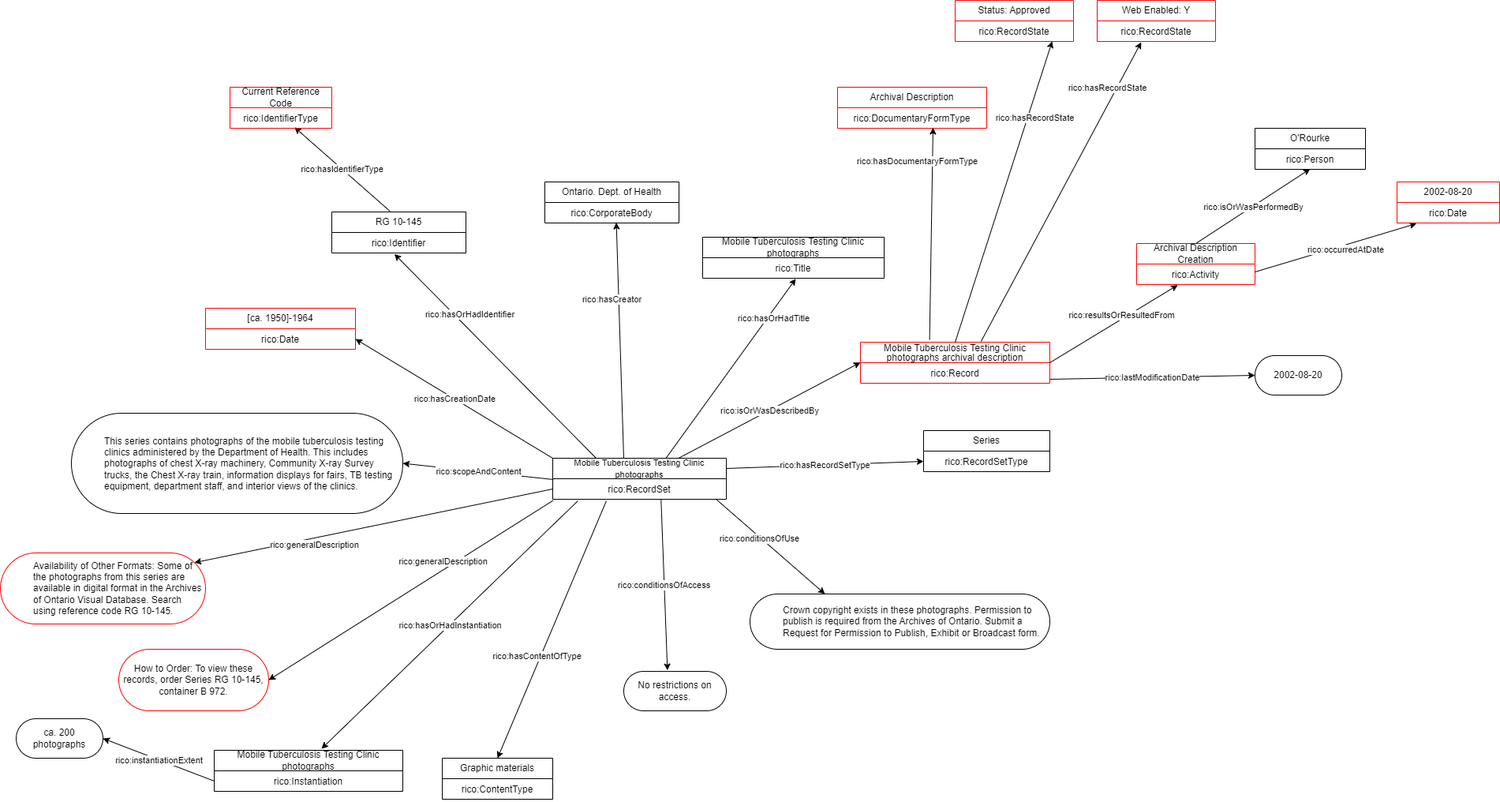
Earlier version of the draw.io export gbad/RG/10/145/RG 10-145 Mobile Tuberculosis Testing Clinic photographs.png (williamsonrichard/records_in_contexts_draw_io_parser). Source tidied: cells renumbered, new cells last; positions are measured from the earlier drawing's top-left corner, leaving out a move shared by most shapes.
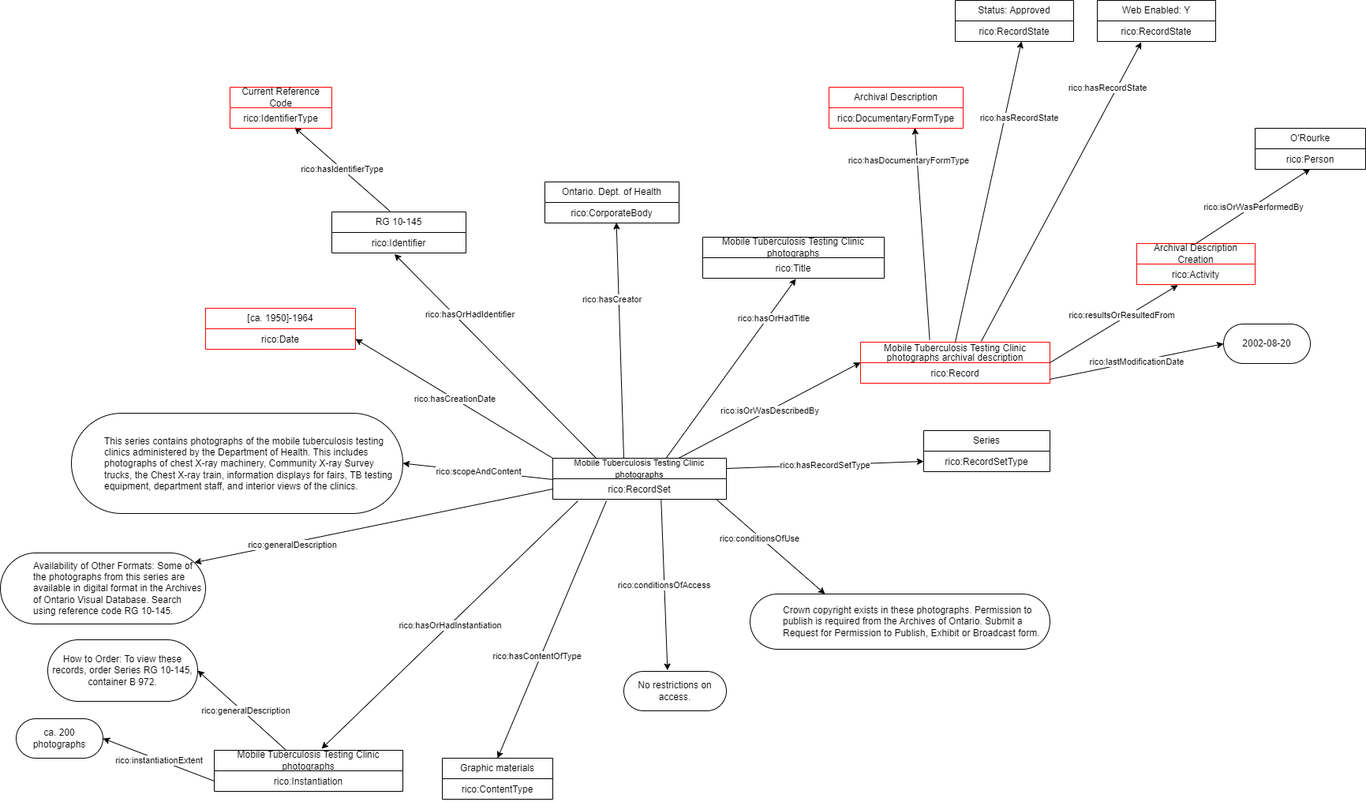
The same file after the commit.

Change to the diagram source:
```diff
@@ -63,16 +63,16 @@
     <mxCell id="20" value="&lt;blockquote style=&quot;margin: 0 0 0 40px; border: none; padding: 0px;&quot;&gt;Crown copyright exists in these photographs. Permission to publish is required from the Archives of Ontario. Submit a Request for Permission to Publish, Exhibit or Broadcast form.&lt;/blockquote&gt;" style="html=1;whiteSpace=wrap;rounded=1;arcSize=50;align=left;" parent="1" vertex="1">
       <mxGeometry x="950" y="752" width="380" height="70" as="geometry" />
     </mxCell>
-    <mxCell id="21" style="endArrow=classic;html=1;rounded=0;entryX=1;entryY=0.5;entryDx=0;entryDy=0;exitX=0.002;exitY=1.06;exitDx=0;exitDy=0;exitPerimeter=0;" parent="1" edge="1" source="3" target="23">
+    <mxCell id="21" style="endArrow=classic;html=1;rounded=0;entryX=1;entryY=0.5;entryDx=0;entryDy=0;exitX=0.377;exitY=-0.019;exitDx=0;exitDy=0;exitPerimeter=0;" parent="1" edge="1" source="81" target="23">
       <mxGeometry relative="1" as="geometry" />
     </mxCell>
     <mxCell id="22" value="rico:generalDescription" style="edgeLabel;html=1;align=center;verticalAlign=middle;" parent="21" vertex="1">
       <mxGeometry relative="1" as="geometry">
-        <mxPoint x="40" y="-37" as="offset" />
+        <mxPoint x="5" y="1" as="offset" />
       </mxGeometry>
     </mxCell>
-    <mxCell id="23" value="How to Order:&amp;nbsp;To view these records, order Series RG 10-145, container B 972." style="html=1;whiteSpace=wrap;rounded=1;arcSize=50;align=center;strokeColor=#FF0000;" parent="1" vertex="1">
-      <mxGeometry x="150" y="822" width="190" height="78" as="geometry" />
+    <mxCell id="23" value="How to Order:&amp;nbsp;To view these records, order Series RG 10-145, container B 972." style="html=1;whiteSpace=wrap;rounded=1;arcSize=50;align=center;strokeColor=#000000;" parent="1" vertex="1">
+      <mxGeometry x="60" y="810" width="190" height="78" as="geometry" />
     </mxCell>
     <mxCell id="24" value="RG 10-145" style="swimlane;fontStyle=0;horizontal=1;startSize=26;fillColor=none;whiteSpace=wrap;html=1;" parent="1" vertex="1">
       <mxGeometry x="420" y="268" width="170" height="52" as="geometry" />
@@ -169,27 +169,13 @@
       <mxGeometry relative="1" as="geometry" />
     </mxCell>
     <mxCell id="52" value="2002-08-20" style="html=1;whiteSpace=wrap;rounded=1;arcSize=50;" parent="1" vertex="1">
-      <mxGeometry x="1590" y="450" width="110" height="50" as="geometry" />
+      <mxGeometry x="1550" y="410" width="110" height="50" as="geometry" />
     </mxCell>
-    <mxCell id="53" style="endArrow=classic;html=1;rounded=0;entryX=0.19;entryY=1.029;entryDx=0;entryDy=0;entryPerimeter=0;exitX=1;exitY=0.385;exitDx=0;exitDy=0;exitPerimeter=0;" parent="1" edge="1" source="39" target="56">
-      <mxGeometry relative="1" as="geometry" />
-    </mxCell>
-    <mxCell id="54" value="rico:occurredAtDate" style="edgeLabel;html=1;align=center;verticalAlign=middle;" parent="53" vertex="1">
-      <mxGeometry relative="1" as="geometry">
-        <mxPoint x="12" y="2" as="offset" />
-      </mxGeometry>
-    </mxCell>
-    <mxCell id="55" value="2002-08-20" style="swimlane;fontStyle=0;horizontal=1;startSize=26;fillColor=none;whiteSpace=wrap;html=1;strokeColor=#FF0000;" parent="1" vertex="1">
-      <mxGeometry x="1770" y="230" width="130" height="52" as="geometry" />
-    </mxCell>
-    <mxCell id="56" value="rico:Date" style="text;strokeColor=none;fillColor=none;align=center;verticalAlign=top;spacingLeft=4;spacingRight=4;overflow=hidden;points=[[0,0.5],[1,0.5]];portConstraint=eastwest;whiteSpace=wrap;html=1;" parent="55" vertex="1">
-      <mxGeometry y="26" width="130" height="26" as="geometry" />
-    </mxCell>
     <mxCell id="57" value="Archival Description" style="swimlane;fontStyle=0;horizontal=1;startSize=26;fillColor=none;whiteSpace=wrap;html=1;strokeColor=#FF0000;" parent="1" vertex="1">
-      <mxGeometry x="1061" y="110" width="189" height="52" as="geometry" />
+      <mxGeometry x="1050" y="110" width="170" height="52" as="geometry" />
     </mxCell>
     <mxCell id="58" value="rico:DocumentaryFormType&lt;div&gt;&lt;br&gt;&lt;/div&gt;" style="text;strokeColor=none;fillColor=none;align=center;verticalAlign=top;spacingLeft=4;spacingRight=4;overflow=hidden;points=[[0,0.5],[1,0.5]];portConstraint=eastwest;whiteSpace=wrap;html=1;" parent="57" vertex="1">
-      <mxGeometry y="26" width="189" height="26" as="geometry" />
+      <mxGeometry y="26" width="170" height="26" as="geometry" />
     </mxCell>
     <mxCell id="59" style="endArrow=classic;html=1;rounded=0;entryX=0.64;entryY=0.974;entryDx=0;entryDy=0;entryPerimeter=0;exitX=0.365;exitY=-0.058;exitDx=0;exitDy=0;exitPerimeter=0;" parent="1" edge="1" source="34" target="58">
       <mxGeometry relative="1" as="geometry" />
@@ -199,7 +185,7 @@
         <mxPoint x="-18" y="-93" as="offset" />
       </mxGeometry>
     </mxCell>
-    <mxCell id="61" style="endArrow=classic;html=1;rounded=0;entryX=0.82;entryY=0.994;entryDx=0;entryDy=0;entryPerimeter=0;exitX=0.5;exitY=0;exitDx=0;exitDy=0;" parent="1" edge="1" source="34" target="66">
+    <mxCell id="61" style="endArrow=classic;html=1;rounded=0;exitX=0.5;exitY=0;exitDx=0;exitDy=0;entryX=0.56;entryY=1;entryDx=0;entryDy=0;entryPerimeter=0;" parent="1" edge="1" source="34" target="66">
       <mxGeometry relative="1" as="geometry" />
     </mxCell>
     <mxCell id="62" value="rico:hasRecordState" style="edgeLabel;html=1;align=center;verticalAlign=middle;" parent="61" vertex="1">
@@ -215,13 +201,13 @@
         <mxPoint x="58" y="-132" as="offset" />
       </mxGeometry>
     </mxCell>
-    <mxCell id="65" value="Status: Approved" style="swimlane;fontStyle=0;horizontal=1;startSize=26;fillColor=none;whiteSpace=wrap;html=1;strokeColor=#FF0000;" parent="1" vertex="1">
+    <mxCell id="65" value="Status: Approved" style="swimlane;fontStyle=0;horizontal=1;startSize=26;fillColor=none;whiteSpace=wrap;html=1;strokeColor=#000000;" parent="1" vertex="1">
       <mxGeometry x="1210" width="150" height="52" as="geometry" />
     </mxCell>
     <mxCell id="66" value="rico:RecordState&lt;div&gt;&lt;br&gt;&lt;/div&gt;" style="text;strokeColor=none;fillColor=none;align=center;verticalAlign=top;spacingLeft=4;spacingRight=4;overflow=hidden;points=[[0,0.5],[1,0.5]];portConstraint=eastwest;whiteSpace=wrap;html=1;" parent="65" vertex="1">
       <mxGeometry y="26" width="150" height="26" as="geometry" />
     </mxCell>
-    <mxCell id="67" value="Web Enabled: Y" style="swimlane;fontStyle=0;horizontal=1;startSize=26;fillColor=none;whiteSpace=wrap;html=1;strokeColor=#FF0000;" parent="1" vertex="1">
+    <mxCell id="67" value="Web Enabled: Y" style="swimlane;fontStyle=0;horizontal=1;startSize=26;fillColor=none;whiteSpace=wrap;html=1;strokeColor=#000000;" parent="1" vertex="1">
       <mxGeometry x="1390" width="150" height="52" as="geometry" />
     </mxCell>
     <mxCell id="68" value="rico:RecordState&lt;div&gt;&lt;br&gt;&lt;/div&gt;" style="text;strokeColor=none;fillColor=none;align=center;verticalAlign=top;spacingLeft=4;spacingRight=4;overflow=hidden;points=[[0,0.5],[1,0.5]];portConstraint=eastwest;whiteSpace=wrap;html=1;" parent="67" vertex="1">
@@ -230,7 +216,7 @@
     <mxCell id="69" value="ca. 200 photographs" style="html=1;whiteSpace=wrap;rounded=1;arcSize=50;strokeColor=#000000;" parent="1" vertex="1">
       <mxGeometry x="20" y="910" width="110" height="50" as="geometry" />
     </mxCell>
-    <mxCell id="70" value="&lt;blockquote style=&quot;margin: 0 0 0 40px; border: none; padding: 0px;&quot;&gt;Availability of Other Formats: Some of the photographs from this series are available in digital format in the Archives of Ontario Visual Database. Search using reference code RG 10-145.&lt;/blockquote&gt;" style="html=1;whiteSpace=wrap;rounded=1;arcSize=50;align=left;strokeColor=#FF0000;" parent="1" vertex="1">
+    <mxCell id="70" value="&lt;blockquote style=&quot;margin: 0 0 0 40px; border: none; padding: 0px;&quot;&gt;Availability of Other Formats: Some of the photographs from this series are available in digital format in the Archives of Ontario Visual Database. Search using reference code RG 10-145.&lt;/blockquote&gt;" style="html=1;whiteSpace=wrap;rounded=1;arcSize=50;align=left;strokeColor=#000000;" parent="1" vertex="1">
       <mxGeometry y="700" width="260" height="90" as="geometry" />
     </mxCell>
     <mxCell id="71" style="endArrow=classic;html=1;rounded=0;exitX=0;exitY=0.5;exitDx=0;exitDy=0;entryX=0.946;entryY=0.136;entryDx=0;entryDy=0;entryPerimeter=0;" parent="1" edge="1" source="3" target="70">
@@ -238,7 +224,7 @@
     </mxCell>
     <mxCell id="72" value="rico:generalDescription" style="edgeLabel;html=1;align=center;verticalAlign=middle;" parent="71" vertex="1">
       <mxGeometry relative="1" as="geometry">
-        <mxPoint x="-75" y="24" as="offset" />
+        <mxPoint x="-103" y="24" as="offset" />
       </mxGeometry>
     </mxCell>
     <mxCell id="73" value="Ontario. Dept. of Health" style="swimlane;fontStyle=0;horizontal=1;startSize=26;fillColor=none;whiteSpace=wrap;html=1;" parent="1" vertex="1">
```
